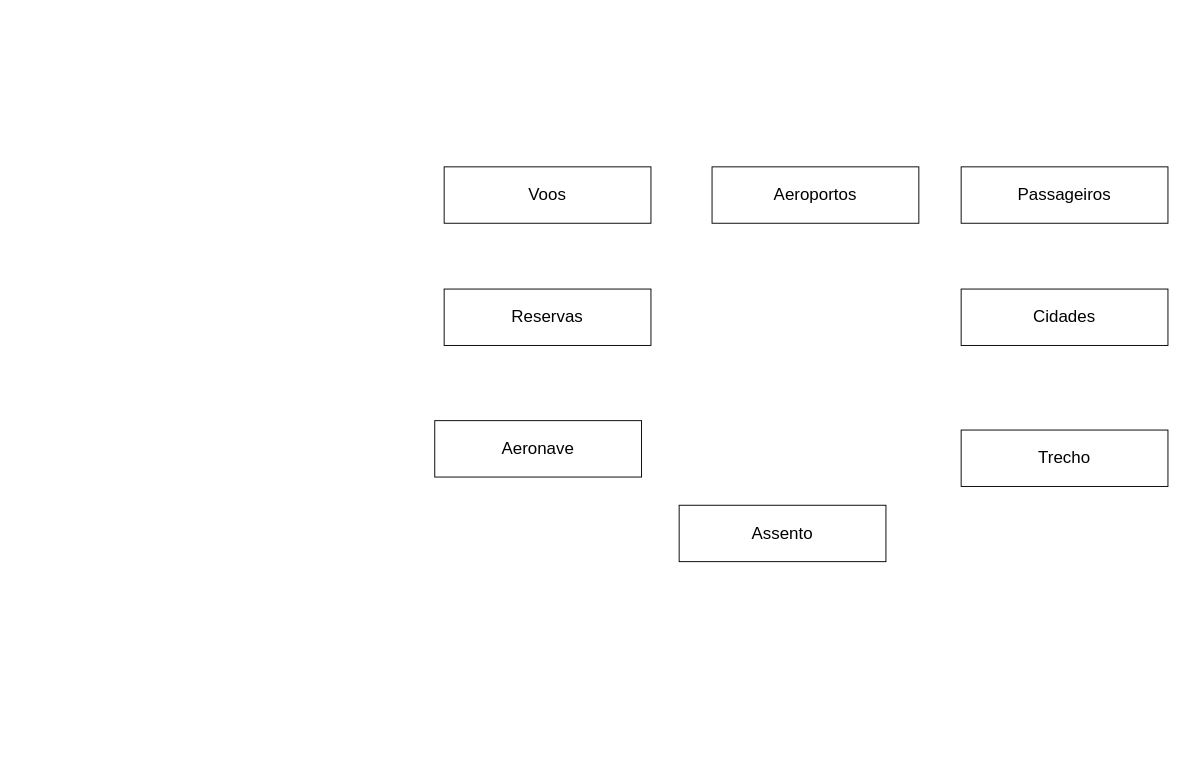
Before: Facul/Untitled Diagram.drawio in HansRafael/projects, a draw.io diagram. Source tidied: cells renumbered, new cells numbered last; positions are measured from the earlier drawing's top-left corner, leaving out a move shared by most shapes. Both pictures are drawn from the tidied source at 94%, with x=0, y=0 at pixel (434, 166).
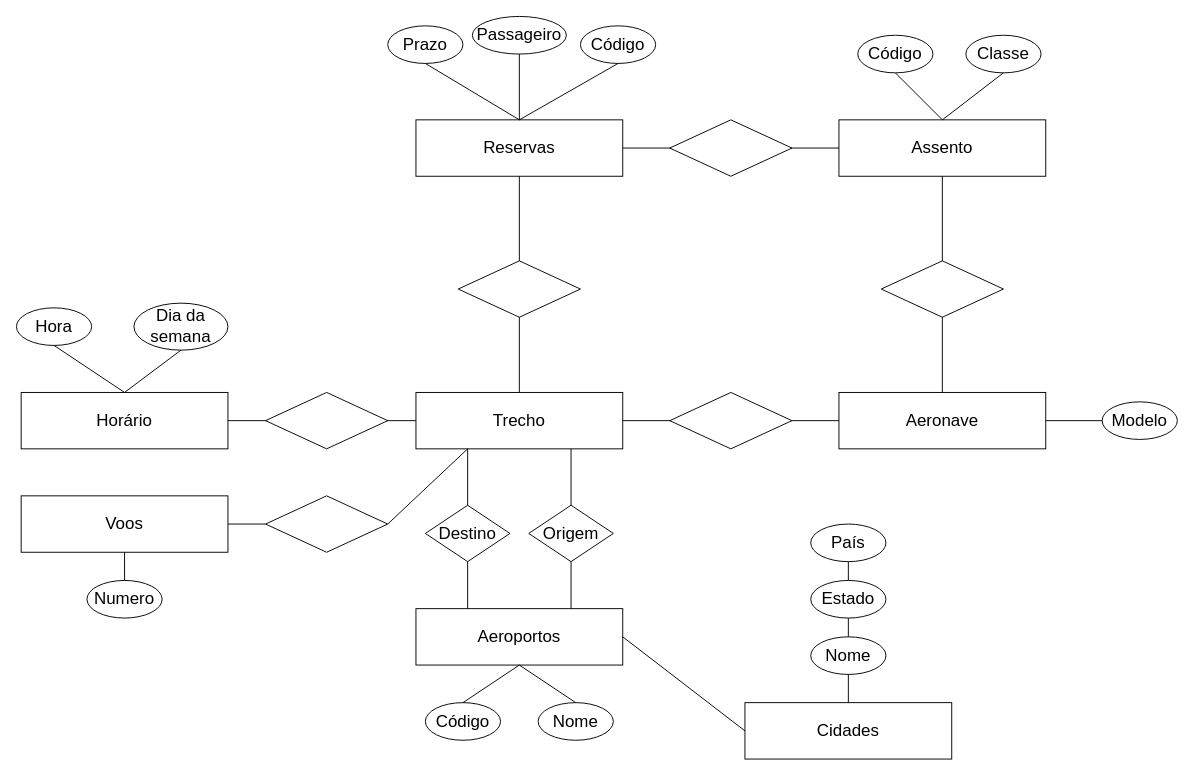
The same page after the edit.

What changed in the source:
```diff
@@
-    <mxCell id="2" value="&lt;font style=&quot;font-size: 18px&quot;&gt;Voos&lt;/font&gt;" style="rounded=0;whiteSpace=wrap;html=1;" parent="1" vertex="1">
-      <mxGeometry x="10" width="220" height="60" as="geometry" />
+    <mxCell id="2" value="&lt;font style=&quot;font-size: 18px&quot;&gt;Trecho&lt;/font&gt;" style="rounded=0;whiteSpace=wrap;html=1;" parent="1" vertex="1">
+      <mxGeometry x="-20" y="240" width="220" height="60" as="geometry" />
     </mxCell>
     <mxCell id="3" value="&lt;span style=&quot;font-size: 18px&quot;&gt;Reservas&lt;/span&gt;" style="rounded=0;whiteSpace=wrap;html=1;" parent="1" vertex="1">
-      <mxGeometry x="10" y="130" width="220" height="60" as="geometry" />
+      <mxGeometry x="-20" y="-50" width="220" height="60" as="geometry" />
     </mxCell>
-    <mxCell id="4" value="&lt;font style=&quot;font-size: 18px&quot;&gt;Passageiros&lt;/font&gt;" style="rounded=0;whiteSpace=wrap;html=1;" parent="1" vertex="1">
-      <mxGeometry x="560" width="220" height="60" as="geometry" />
-    </mxCell>
     <mxCell id="5" value="&lt;font style=&quot;font-size: 18px&quot;&gt;Cidades&lt;/font&gt;" style="rounded=0;whiteSpace=wrap;html=1;" parent="1" vertex="1">
-      <mxGeometry x="560" y="130" width="220" height="60" as="geometry" />
+      <mxGeometry x="330" y="570" width="220" height="60" as="geometry" />
     </mxCell>
     <mxCell id="6" value="&lt;span style=&quot;font-size: 18px&quot;&gt;Aeroportos&lt;/span&gt;" style="rounded=0;whiteSpace=wrap;html=1;" parent="1" vertex="1">
-      <mxGeometry x="295" width="220" height="60" as="geometry" />
+      <mxGeometry x="-20" y="470" width="220" height="60" as="geometry" />
     </mxCell>
-    <mxCell id="7" value="&lt;span style=&quot;font-size: 18px&quot;&gt;Trecho&lt;/span&gt;" style="rounded=0;whiteSpace=wrap;html=1;" parent="1" vertex="1">
-      <mxGeometry x="560" y="280" width="220" height="60" as="geometry" />
+    <mxCell id="7" value="&lt;span style=&quot;font-size: 18px&quot;&gt;Voos&lt;/span&gt;" style="rounded=0;whiteSpace=wrap;html=1;" parent="1" vertex="1">
+      <mxGeometry x="-440" y="350" width="220" height="60" as="geometry" />
     </mxCell>
     <mxCell id="8" value="&lt;span style=&quot;font-size: 18px&quot;&gt;Aeronave&lt;/span&gt;" style="rounded=0;whiteSpace=wrap;html=1;" parent="1" vertex="1">
-      <mxGeometry y="270" width="220" height="60" as="geometry" />
+      <mxGeometry x="430" y="240" width="220" height="60" as="geometry" />
     </mxCell>
     <mxCell id="9" value="&lt;span style=&quot;font-size: 18px&quot;&gt;Assento&lt;/span&gt;" style="rounded=0;whiteSpace=wrap;html=1;" parent="1" vertex="1">
-      <mxGeometry x="260" y="360" width="220" height="60" as="geometry" />
+      <mxGeometry x="430" y="-50" width="220" height="60" as="geometry" />
     </mxCell>
+    <mxCell id="10" value="&lt;font style=&quot;font-size: 18px&quot;&gt;Código&lt;/font&gt;" style="ellipse;whiteSpace=wrap;html=1;" parent="1" vertex="1">
+      <mxGeometry x="155" y="-150" width="80" height="40" as="geometry" />
+    </mxCell>
+    <mxCell id="11" value="&lt;span style=&quot;font-size: 18px&quot;&gt;Passageiro&lt;/span&gt;" style="ellipse;whiteSpace=wrap;html=1;" parent="1" vertex="1">
+      <mxGeometry x="40" y="-160" width="100" height="40" as="geometry" />
+    </mxCell>
+    <mxCell id="12" style="endArrow=none;html=1;entryX=0.5;entryY=1;entryDx=0;entryDy=0;exitX=0.5;exitY=0;exitDx=0;exitDy=0;" parent="1" edge="1" source="2" target="3">
+      <mxGeometry relative="1" as="geometry" />
+    </mxCell>
+    <mxCell id="13" style="endArrow=none;html=1;entryX=1;entryY=0.5;entryDx=0;entryDy=0;exitX=0;exitY=0.5;exitDx=0;exitDy=0;" parent="1" edge="1" source="2" target="35">
+      <mxGeometry relative="1" as="geometry" />
+    </mxCell>
+    <mxCell id="14" value="&lt;font style=&quot;font-size: 18px&quot;&gt;Prazo&lt;/font&gt;" style="ellipse;whiteSpace=wrap;html=1;" parent="1" vertex="1">
+      <mxGeometry x="-50" y="-150" width="80" height="40" as="geometry" />
+    </mxCell>
+    <mxCell id="15" style="endArrow=none;html=1;entryX=0.5;entryY=1;entryDx=0;entryDy=0;exitX=0.5;exitY=0;exitDx=0;exitDy=0;" parent="1" edge="1" source="3" target="14">
+      <mxGeometry relative="1" as="geometry" />
+    </mxCell>
+    <mxCell id="16" style="endArrow=none;html=1;entryX=0.5;entryY=1;entryDx=0;entryDy=0;" parent="1" edge="1" target="10">
+      <mxGeometry relative="1" as="geometry">
+        <mxPoint x="90" y="-50" as="sourcePoint" />
+      </mxGeometry>
+    </mxCell>
+    <mxCell id="17" style="endArrow=none;html=1;exitX=0.5;exitY=0;exitDx=0;exitDy=0;entryX=0.5;entryY=1;entryDx=0;entryDy=0;" parent="1" edge="1" source="3" target="11">
+      <mxGeometry relative="1" as="geometry" />
+    </mxCell>
+    <mxCell id="18" value="&lt;font style=&quot;font-size: 18px&quot;&gt;Numero&lt;/font&gt;" style="ellipse;whiteSpace=wrap;html=1;" parent="1" vertex="1">
+      <mxGeometry x="-370" y="440" width="80" height="40" as="geometry" />
+    </mxCell>
+    <mxCell id="19" style="endArrow=none;html=1;entryX=0.5;entryY=1;entryDx=0;entryDy=0;exitX=0.5;exitY=0;exitDx=0;exitDy=0;" parent="1" edge="1" source="18" target="7">
+      <mxGeometry relative="1" as="geometry" />
+    </mxCell>
+    <mxCell id="20" style="endArrow=none;html=1;entryX=0.25;entryY=1;entryDx=0;entryDy=0;exitX=1;exitY=0.5;exitDx=0;exitDy=0;startArrow=none;" parent="1" edge="1" source="48" target="2">
+      <mxGeometry relative="1" as="geometry" />
+    </mxCell>
+    <mxCell id="21" value="&lt;font style=&quot;font-size: 18px&quot;&gt;Modelo&lt;/font&gt;" style="ellipse;whiteSpace=wrap;html=1;" parent="1" vertex="1">
+      <mxGeometry x="710" y="250" width="80" height="40" as="geometry" />
+    </mxCell>
+    <mxCell id="22" style="endArrow=none;html=1;exitX=0.25;exitY=1;exitDx=0;exitDy=0;entryX=0.25;entryY=0;entryDx=0;entryDy=0;" parent="1" edge="1" source="2" target="6">
+      <mxGeometry relative="1" as="geometry" />
+    </mxCell>
+    <mxCell id="23" style="endArrow=none;html=1;entryX=0;entryY=0.5;entryDx=0;entryDy=0;exitX=1;exitY=0.5;exitDx=0;exitDy=0;" parent="1" edge="1" source="6" target="5">
+      <mxGeometry relative="1" as="geometry" />
+    </mxCell>
+    <mxCell id="24" style="endArrow=none;html=1;exitX=0.75;exitY=1;exitDx=0;exitDy=0;entryX=0.75;entryY=0;entryDx=0;entryDy=0;" parent="1" edge="1" source="2" target="6">
+      <mxGeometry relative="1" as="geometry" />
+    </mxCell>
+    <mxCell id="25" value="&lt;font style=&quot;font-size: 18px&quot;&gt;Destino&lt;/font&gt;" style="rhombus;whiteSpace=wrap;html=1;" parent="1" vertex="1">
+      <mxGeometry x="-10" y="360" width="90" height="60" as="geometry" />
+    </mxCell>
+    <mxCell id="26" value="&lt;font style=&quot;font-size: 18px&quot;&gt;Origem&lt;/font&gt;" style="rhombus;whiteSpace=wrap;html=1;" parent="1" vertex="1">
+      <mxGeometry x="100" y="360" width="90" height="60" as="geometry" />
+    </mxCell>
+    <mxCell id="27" value="&lt;font style=&quot;font-size: 18px&quot;&gt;Nome&lt;/font&gt;" style="ellipse;whiteSpace=wrap;html=1;" parent="1" vertex="1">
+      <mxGeometry x="400" y="500" width="80" height="40" as="geometry" />
+    </mxCell>
+    <mxCell id="28" value="&lt;font style=&quot;font-size: 18px&quot;&gt;Estado&lt;/font&gt;" style="ellipse;whiteSpace=wrap;html=1;" parent="1" vertex="1">
+      <mxGeometry x="400" y="440" width="80" height="40" as="geometry" />
+    </mxCell>
+    <mxCell id="29" value="&lt;font style=&quot;font-size: 18px&quot;&gt;País&lt;/font&gt;" style="ellipse;whiteSpace=wrap;html=1;" parent="1" vertex="1">
+      <mxGeometry x="400" y="380" width="80" height="40" as="geometry" />
+    </mxCell>
+    <mxCell id="30" style="endArrow=none;html=1;entryX=0.5;entryY=0;entryDx=0;entryDy=0;exitX=0.5;exitY=1;exitDx=0;exitDy=0;" parent="1" edge="1" source="27" target="5">
+      <mxGeometry relative="1" as="geometry" />
+    </mxCell>
+    <mxCell id="31" style="endArrow=none;html=1;entryX=0.5;entryY=1;entryDx=0;entryDy=0;exitX=0.5;exitY=0;exitDx=0;exitDy=0;" parent="1" edge="1" source="27" target="28">
+      <mxGeometry relative="1" as="geometry" />
+    </mxCell>
+    <mxCell id="32" style="endArrow=none;html=1;entryX=0.5;entryY=1;entryDx=0;entryDy=0;exitX=0.5;exitY=0;exitDx=0;exitDy=0;" parent="1" edge="1" source="28" target="29">
+      <mxGeometry relative="1" as="geometry" />
+    </mxCell>
+    <mxCell id="33" value="&lt;font style=&quot;font-size: 18px&quot;&gt;Nome&lt;/font&gt;" style="ellipse;whiteSpace=wrap;html=1;" parent="1" vertex="1">
+      <mxGeometry x="110" y="570" width="80" height="40" as="geometry" />
+    </mxCell>
+    <mxCell id="34" style="endArrow=none;html=1;entryX=0.5;entryY=1;entryDx=0;entryDy=0;exitX=0.5;exitY=0;exitDx=0;exitDy=0;" parent="1" edge="1" source="33" target="6">
+      <mxGeometry relative="1" as="geometry" />
+    </mxCell>
+    <mxCell id="35" value="&lt;span style=&quot;font-size: 18px&quot;&gt;Horário&lt;/span&gt;" style="rounded=0;whiteSpace=wrap;html=1;" parent="1" vertex="1">
+      <mxGeometry x="-440" y="240" width="220" height="60" as="geometry" />
+    </mxCell>
+    <mxCell id="36" value="&lt;font style=&quot;font-size: 18px&quot;&gt;Hora&lt;/font&gt;" style="ellipse;whiteSpace=wrap;html=1;" parent="1" vertex="1">
+      <mxGeometry x="-445" y="150" width="80" height="40" as="geometry" />
+    </mxCell>
+    <mxCell id="37" value="&lt;font style=&quot;font-size: 18px&quot;&gt;Dia da semana&lt;/font&gt;" style="ellipse;whiteSpace=wrap;html=1;" parent="1" vertex="1">
+      <mxGeometry x="-320" y="145" width="100" height="50" as="geometry" />
+    </mxCell>
+    <mxCell id="38" style="endArrow=none;html=1;entryX=0.5;entryY=1;entryDx=0;entryDy=0;exitX=0.5;exitY=0;exitDx=0;exitDy=0;" parent="1" edge="1" source="35" target="36">
+      <mxGeometry relative="1" as="geometry" />
+    </mxCell>
+    <mxCell id="39" style="endArrow=none;html=1;entryX=0.5;entryY=1;entryDx=0;entryDy=0;exitX=0.5;exitY=0;exitDx=0;exitDy=0;" parent="1" edge="1" source="35" target="37">
+      <mxGeometry relative="1" as="geometry" />
+    </mxCell>
+    <mxCell id="40" style="rhombus;whiteSpace=wrap;html=1;" parent="1" vertex="1">
+      <mxGeometry x="-180" y="240" width="130" height="60" as="geometry" />
+    </mxCell>
+    <mxCell id="41" style="endArrow=none;html=1;entryX=0.5;entryY=0;entryDx=0;entryDy=0;exitX=0.5;exitY=1;exitDx=0;exitDy=0;" parent="1" edge="1" source="9" target="8">
+      <mxGeometry relative="1" as="geometry" />
+    </mxCell>
+    <mxCell id="42" style="endArrow=none;html=1;entryX=0;entryY=0.5;entryDx=0;entryDy=0;" parent="1" edge="1" target="21">
+      <mxGeometry relative="1" as="geometry">
+        <mxPoint x="650" y="270" as="sourcePoint" />
+      </mxGeometry>
+    </mxCell>
+    <mxCell id="43" value="&lt;font style=&quot;font-size: 18px&quot;&gt;Código&lt;/font&gt;" style="ellipse;whiteSpace=wrap;html=1;" parent="1" vertex="1">
+      <mxGeometry x="450" y="-140" width="80" height="40" as="geometry" />
+    </mxCell>
+    <mxCell id="44" value="&lt;font style=&quot;font-size: 18px&quot;&gt;Classe&lt;/font&gt;" style="ellipse;whiteSpace=wrap;html=1;" parent="1" vertex="1">
+      <mxGeometry x="565" y="-140" width="80" height="40" as="geometry" />
+    </mxCell>
+    <mxCell id="45" style="endArrow=none;html=1;entryX=0.5;entryY=1;entryDx=0;entryDy=0;exitX=0.5;exitY=0;exitDx=0;exitDy=0;" parent="1" edge="1" source="9" target="43">
+      <mxGeometry relative="1" as="geometry" />
+    </mxCell>
+    <mxCell id="46" style="endArrow=none;html=1;entryX=0.5;entryY=1;entryDx=0;entryDy=0;exitX=0.5;exitY=0;exitDx=0;exitDy=0;" parent="1" edge="1" source="9" target="44">
+      <mxGeometry relative="1" as="geometry" />
+    </mxCell>
+    <mxCell id="47" style="endArrow=none;html=1;entryX=0;entryY=0.5;entryDx=0;entryDy=0;exitX=1;exitY=0.5;exitDx=0;exitDy=0;" parent="1" edge="1" source="3" target="9">
+      <mxGeometry relative="1" as="geometry" />
+    </mxCell>
+    <mxCell id="48" style="rhombus;whiteSpace=wrap;html=1;rotation=0;" parent="1" vertex="1">
+      <mxGeometry x="-180" y="350" width="130" height="60" as="geometry" />
+    </mxCell>
+    <mxCell id="49" style="endArrow=none;html=1;entryX=0;entryY=0.5;entryDx=0;entryDy=0;exitX=1;exitY=0.5;exitDx=0;exitDy=0;" parent="1" edge="1" source="7" target="48">
+      <mxGeometry relative="1" as="geometry" />
+    </mxCell>
+    <mxCell id="50" style="endArrow=none;html=1;entryX=0;entryY=0.5;entryDx=0;entryDy=0;exitX=1;exitY=0.5;exitDx=0;exitDy=0;" parent="1" edge="1" source="2" target="8">
+      <mxGeometry relative="1" as="geometry" />
+    </mxCell>
+    <mxCell id="51" style="rhombus;whiteSpace=wrap;html=1;" parent="1" vertex="1">
+      <mxGeometry x="250" y="240" width="130" height="60" as="geometry" />
+    </mxCell>
+    <mxCell id="52" style="rhombus;whiteSpace=wrap;html=1;" parent="1" vertex="1">
+      <mxGeometry x="250" y="-50" width="130" height="60" as="geometry" />
+    </mxCell>
+    <mxCell id="53" style="rhombus;whiteSpace=wrap;html=1;" parent="1" vertex="1">
+      <mxGeometry x="25" y="100" width="130" height="60" as="geometry" />
+    </mxCell>
+    <mxCell id="54" style="rhombus;whiteSpace=wrap;html=1;" parent="1" vertex="1">
+      <mxGeometry x="475" y="100" width="130" height="60" as="geometry" />
+    </mxCell>
+    <mxCell id="55" value="&lt;font style=&quot;font-size: 18px&quot;&gt;Código&lt;/font&gt;" style="ellipse;whiteSpace=wrap;html=1;" parent="1" vertex="1">
+      <mxGeometry x="-10" y="570" width="80" height="40" as="geometry" />
+    </mxCell>
+    <mxCell id="56" style="endArrow=none;html=1;entryX=0.5;entryY=1;entryDx=0;entryDy=0;exitX=0.5;exitY=0;exitDx=0;exitDy=0;" parent="1" edge="1" source="55" target="6">
+      <mxGeometry relative="1" as="geometry" />
+    </mxCell>
```
